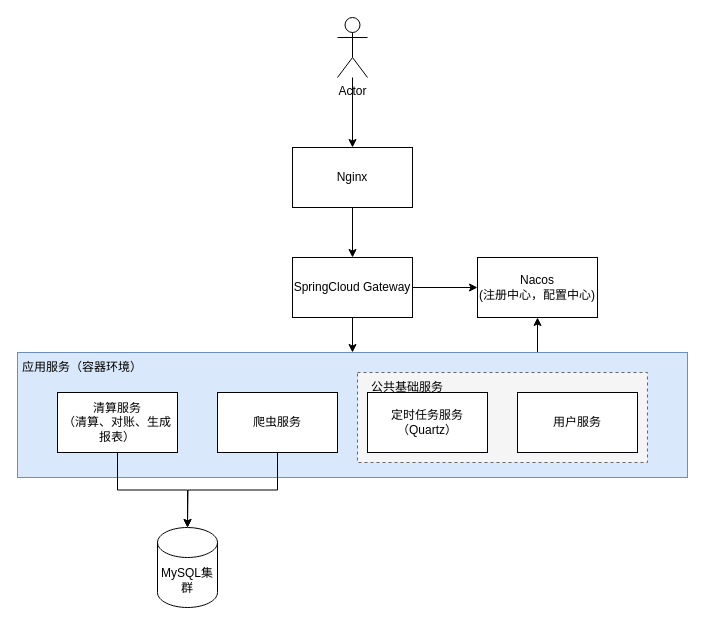
This is AMS估值系统架构.drawio from sinfar/draw, a draw.io file, before an edit. Source tidied: cells renumbered, new cells numbered last; positions are measured from the earlier drawing's top-left corner, leaving out a move shared by most shapes. Both pictures are drawn from the tidied source at 100%, with x=0, y=0 at pixel (17, 17).
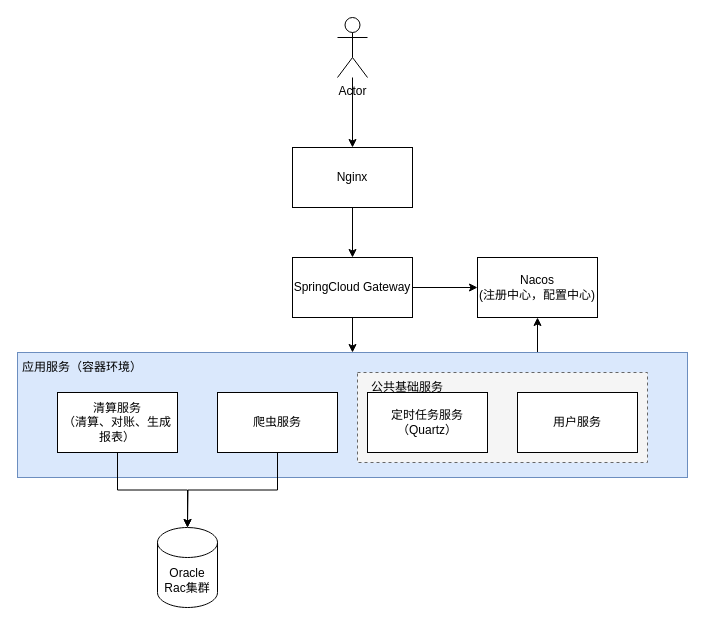
Above is the later version.

Commit message (it also covers changes not shown here):
更新AMS估值系统架构.drawio

Diff of the diagram source:
```diff
@@
-    <mxCell id="21" value="MySQL集群" style="shape=cylinder3;whiteSpace=wrap;html=1;boundedLbl=1;backgroundOutline=1;size=15;" parent="1" vertex="1">
+    <mxCell id="21" value="Oracle Rac集群" style="shape=cylinder3;whiteSpace=wrap;html=1;boundedLbl=1;backgroundOutline=1;size=15;" parent="1" vertex="1">
       <mxGeometry x="140" y="510" width="60" height="80" as="geometry" />
     </mxCell>
```
